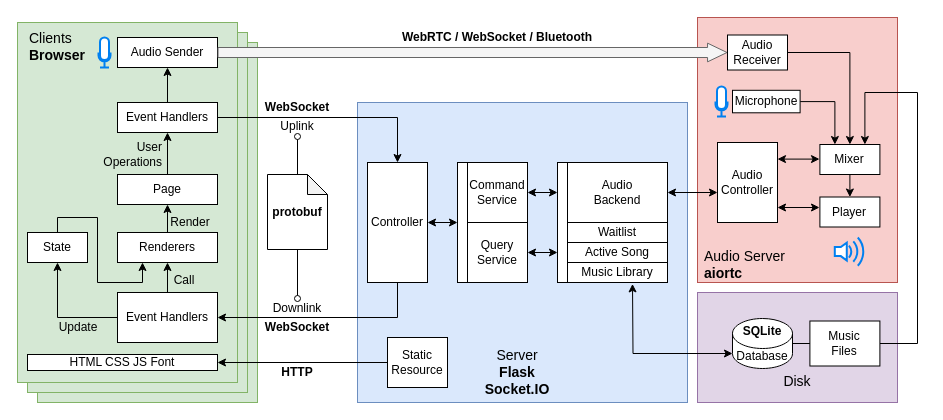
Above: Drafts/ksong-arch.drawio in xrysamuel/my-drawio (draw.io), before the change. Source tidied: cells renumbered, new cells numbered last; positions are measured from the earlier drawing's top-left corner, leaving out a move shared by most shapes. Both pictures are drawn from the tidied source at 100%, with x=0, y=0 at pixel (17, 17).
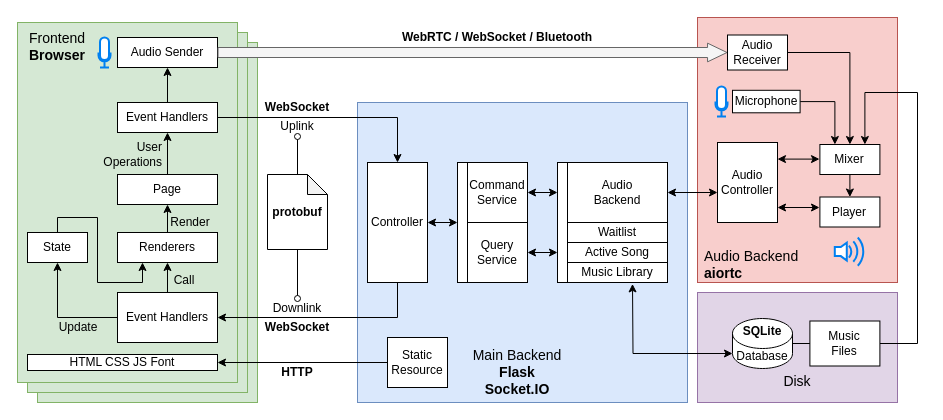
Above is the later version.

The edit, as a diff of the source:
```diff
@@
-    <mxCell id="32" value="&lt;span style=&quot;font-weight: normal;&quot;&gt;Server&lt;/span&gt;&lt;div&gt;Flask&lt;br&gt;Socket.IO&lt;/div&gt;" style="text;html=1;align=center;verticalAlign=middle;whiteSpace=wrap;rounded=0;fontStyle=1;fontSize=14;" parent="1" vertex="1">
+    <mxCell id="32" value="&lt;span style=&quot;font-weight: 400;&quot;&gt;Main Backend&lt;/span&gt;&lt;br&gt;&lt;div&gt;Flask&lt;br&gt;Socket.IO&lt;/div&gt;" style="text;html=1;align=center;verticalAlign=middle;whiteSpace=wrap;rounded=0;fontStyle=1;fontSize=14;" parent="1" vertex="1">
       <mxGeometry x="400" y="340" width="200" height="30" as="geometry" />
     </mxCell>
-    <mxCell id="33" value="&lt;span style=&quot;font-weight: normal;&quot;&gt;Clients&lt;/span&gt;&lt;div&gt;Browser&lt;/div&gt;" style="text;html=1;align=left;verticalAlign=middle;whiteSpace=wrap;rounded=0;fontStyle=1;fontSize=14;" parent="1" vertex="1">
+    <mxCell id="33" value="&lt;span style=&quot;font-weight: 400;&quot;&gt;Frontend&lt;/span&gt;&lt;br&gt;&lt;div&gt;Browser&lt;/div&gt;" style="text;html=1;align=left;verticalAlign=middle;whiteSpace=wrap;rounded=0;fontStyle=1;fontSize=14;" parent="1" vertex="1">
       <mxGeometry x="10" y="4.8" width="145" height="47.7" as="geometry" />
     </mxCell>
@@
-    <mxCell id="35" value="&lt;span style=&quot;font-weight: normal;&quot;&gt;Audio Server&lt;/span&gt;&lt;div&gt;aiortc&lt;/div&gt;" style="text;html=1;align=left;verticalAlign=middle;whiteSpace=wrap;rounded=0;fontStyle=1;fontSize=14;" parent="1" vertex="1">
-      <mxGeometry x="684.9" y="232" width="95.2" height="30" as="geometry" />
+    <mxCell id="35" value="&lt;span style=&quot;font-weight: normal;&quot;&gt;Audio Backend&lt;/span&gt;&lt;div&gt;aiortc&lt;/div&gt;" style="text;html=1;align=left;verticalAlign=middle;whiteSpace=wrap;rounded=0;fontStyle=1;fontSize=14;" parent="1" vertex="1">
+      <mxGeometry x="684.9" y="232" width="115.2" height="30" as="geometry" />
     </mxCell>
```
